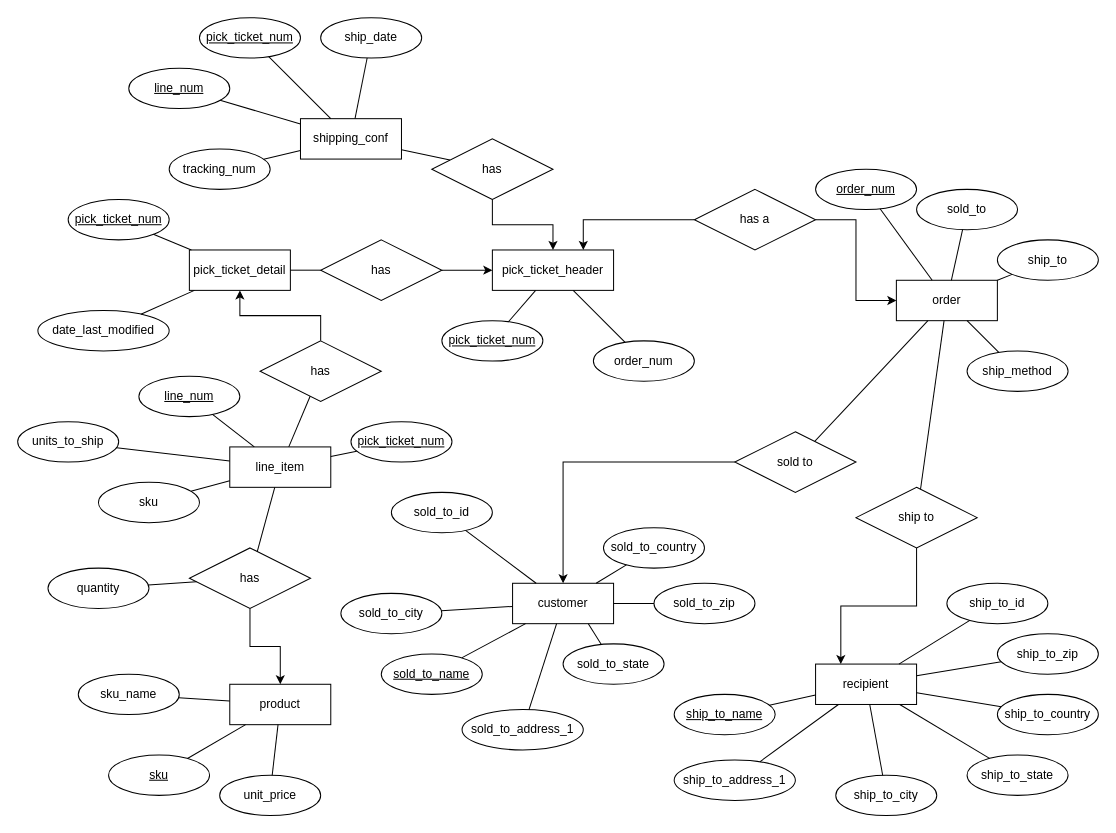
Before: db/WSI Schema.drawio in golfdiscount/golfdiscount-intranet, a draw.io diagram. Source tidied: cells renumbered, new cells numbered last; positions are measured from the earlier drawing's top-left corner, leaving out a move shared by most shapes. Both pictures are drawn from the tidied source at 101%, with x=0, y=0 at pixel (17, 17).
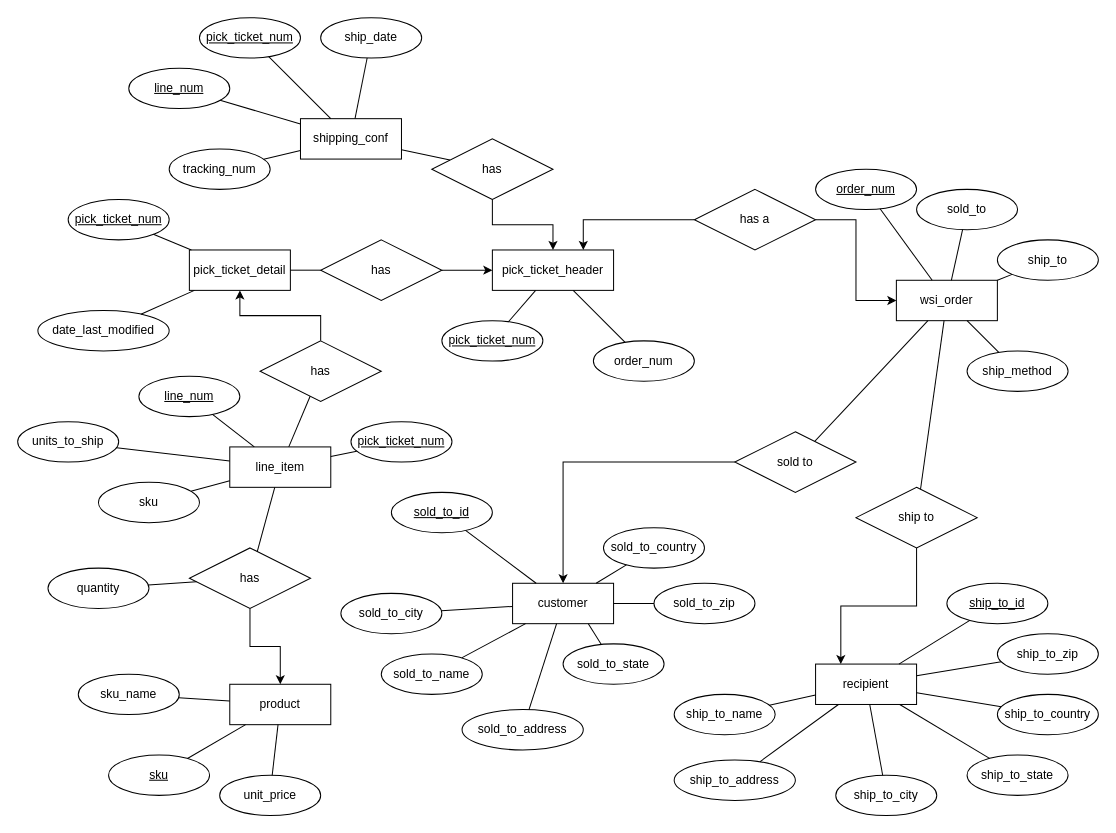
The same diagram, later.

Commit message (it also covers changes not shown here):
Updated schema for more robust naming conventions

What changed in the source:
```diff
@@
-    <mxCell id="35" value="order" style="whiteSpace=wrap;html=1;align=center;" parent="1" vertex="1">
+    <mxCell id="35" value="wsi_order" style="whiteSpace=wrap;html=1;align=center;" parent="1" vertex="1">
       <mxGeometry x="870" y="260" width="100" height="40" as="geometry" />
     </mxCell>
@@
-    <mxCell id="45" value="&lt;u&gt;sold_to_name&lt;/u&gt;" style="ellipse;whiteSpace=wrap;html=1;align=center;" parent="1" vertex="1">
+    <mxCell id="45" value="sold_to_name" style="ellipse;whiteSpace=wrap;html=1;align=center;" parent="1" vertex="1">
       <mxGeometry x="360" y="630" width="100" height="40" as="geometry" />
     </mxCell>
-    <mxCell id="46" value="sold_to_address_1" style="ellipse;whiteSpace=wrap;html=1;align=center;" parent="1" vertex="1">
+    <mxCell id="46" value="sold_to_address" style="ellipse;whiteSpace=wrap;html=1;align=center;" parent="1" vertex="1">
       <mxGeometry x="440" y="685" width="120" height="40" as="geometry" />
     </mxCell>
@@
-    <mxCell id="63" value="&lt;u&gt;ship_to_name&lt;/u&gt;" style="ellipse;whiteSpace=wrap;html=1;align=center;" parent="1" vertex="1">
+    <mxCell id="63" value="ship_to_name" style="ellipse;whiteSpace=wrap;html=1;align=center;" parent="1" vertex="1">
       <mxGeometry x="650" y="670" width="100" height="40" as="geometry" />
     </mxCell>
-    <mxCell id="64" value="ship_to_address_1" style="ellipse;whiteSpace=wrap;html=1;align=center;" parent="1" vertex="1">
+    <mxCell id="64" value="ship_to_address" style="ellipse;whiteSpace=wrap;html=1;align=center;" parent="1" vertex="1">
       <mxGeometry x="650" y="735" width="120" height="40" as="geometry" />
     </mxCell>
@@
-    <mxCell id="79" value="sold_to_id" style="ellipse;whiteSpace=wrap;html=1;align=center;" parent="1" vertex="1">
+    <mxCell id="79" value="&lt;u&gt;sold_to_id&lt;/u&gt;" style="ellipse;whiteSpace=wrap;html=1;align=center;" parent="1" vertex="1">
       <mxGeometry x="370" y="470" width="100" height="40" as="geometry" />
     </mxCell>
@@
-    <mxCell id="81" value="ship_to_id" style="ellipse;whiteSpace=wrap;html=1;align=center;" parent="1" vertex="1">
+    <mxCell id="81" value="&lt;u&gt;ship_to_id&lt;/u&gt;" style="ellipse;whiteSpace=wrap;html=1;align=center;" parent="1" vertex="1">
       <mxGeometry x="920" y="560" width="100" height="40" as="geometry" />
     </mxCell>
```
